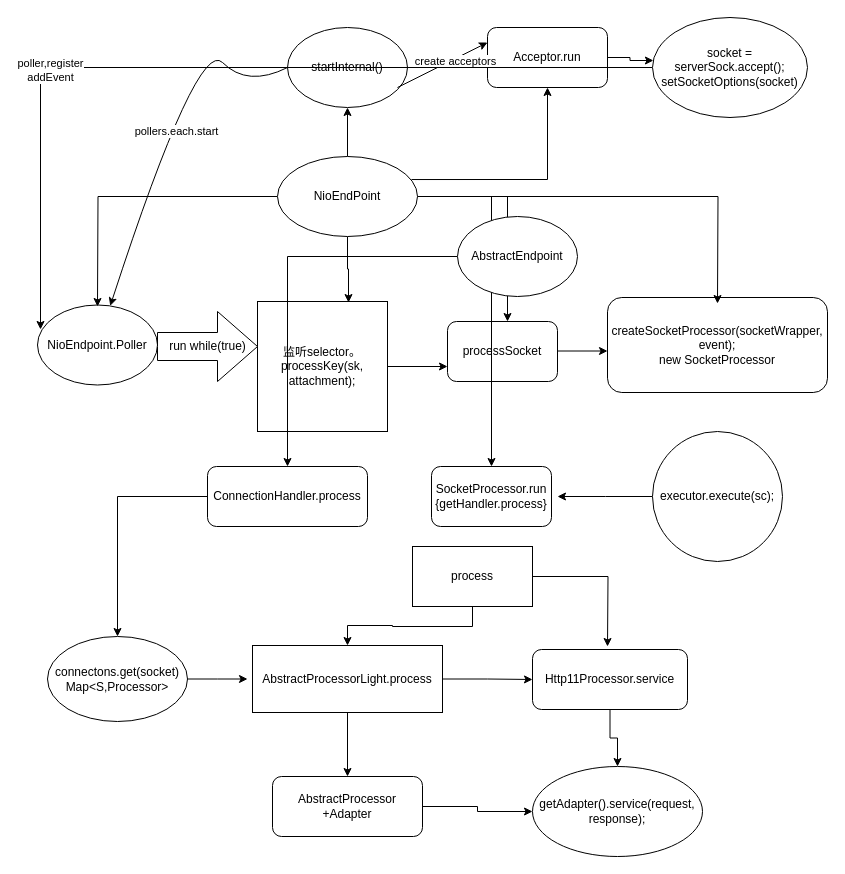
Earlier version of the draw.io diagram Untitled Diagram.drawio (xiaojianlee/document). Source tidied: cells renumbered, new cells numbered last; positions are measured from the earlier drawing's top-left corner, leaving out a move shared by most shapes. Both pictures are drawn from the tidied source at 100%, with x=0, y=0 at pixel (37, 17).
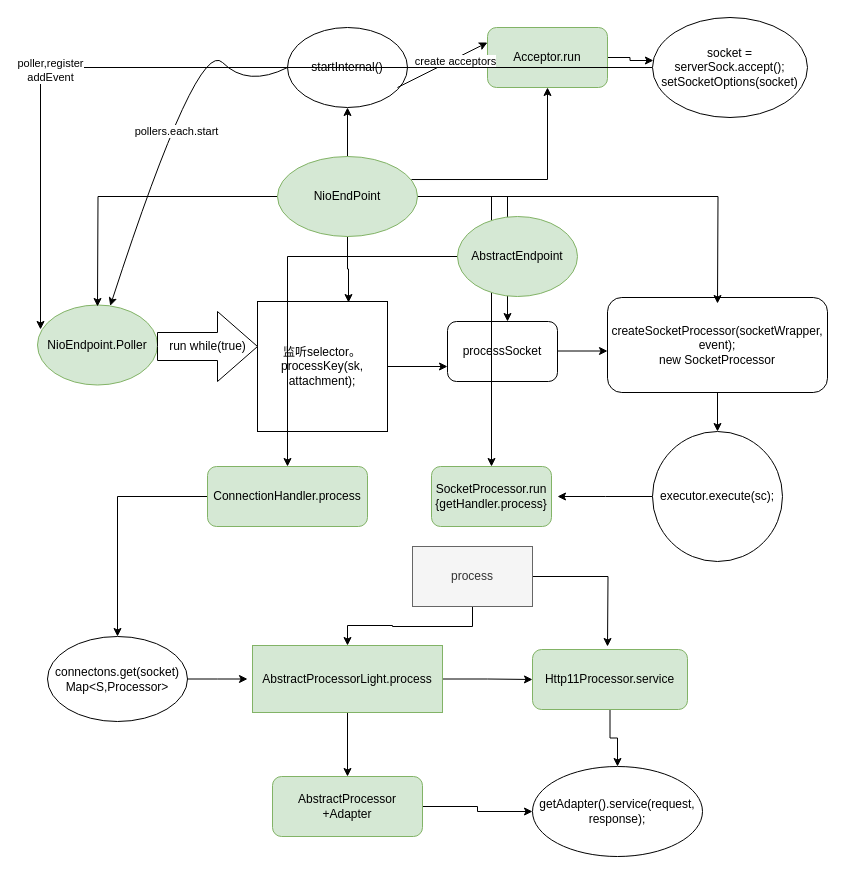
The same page after the edit.

The change refers to these unchanged cells:
```xml
<mxCell id="8" value="createSocketProcessor(socketWrapper, event);&lt;br&gt;new SocketProcessor" style="rounded=1;whiteSpace=wrap;html=1;fontFamily=Helvetica;" parent="1" vertex="1">
  <mxGeometry x="570" y="280" width="220" height="95" as="geometry" />
</mxCell>
<mxCell id="21" value="executor.execute(sc);" style="ellipse;whiteSpace=wrap;html=1;fontFamily=Helvetica;" parent="1" vertex="1">
  <mxGeometry x="615" y="414" width="130" height="130" as="geometry" />
</mxCell>
```

Diff of the diagram source:
```diff
@@
-    <mxCell id="2" value="NioEndpoint.Poller" style="ellipse;whiteSpace=wrap;html=1;" parent="1" vertex="1">
+    <mxCell id="2" value="NioEndpoint.Poller" style="ellipse;whiteSpace=wrap;html=1;fillColor=#d5e8d4;strokeColor=#82b366;" parent="1" vertex="1">
       <mxGeometry y="287.5" width="120" height="80" as="geometry" />
     </mxCell>
@@
+    <mxCell id="47" style="edgeStyle=orthogonalEdgeStyle;rounded=0;jettySize=auto;html=1;fontFamily=Helvetica;" parent="1" edge="1" source="8" target="21">
+      <mxGeometry relative="1" as="geometry" />
+    </mxCell>
@@
-    <mxCell id="15" value="NioEndPoint" style="ellipse;whiteSpace=wrap;html=1;fontFamily=Helvetica;" parent="1" vertex="1">
+    <mxCell id="15" value="NioEndPoint" style="ellipse;whiteSpace=wrap;html=1;fontFamily=Helvetica;fillColor=#d5e8d4;strokeColor=#82b366;" parent="1" vertex="1">
       <mxGeometry x="240" y="139" width="140" height="80" as="geometry" />
     </mxCell>
@@
-    <mxCell id="18" value="AbstractEndpoint" style="ellipse;whiteSpace=wrap;html=1;fontFamily=Helvetica;" parent="1" vertex="1">
+    <mxCell id="18" value="AbstractEndpoint" style="ellipse;whiteSpace=wrap;html=1;fontFamily=Helvetica;fillColor=#d5e8d4;strokeColor=#82b366;" parent="1" vertex="1">
       <mxGeometry x="420" y="199" width="120" height="80" as="geometry" />
     </mxCell>
-    <mxCell id="19" value="SocketProcessor.run&lt;br&gt;{getHandler.process}" style="rounded=1;whiteSpace=wrap;html=1;fontFamily=Helvetica;" parent="1" vertex="1">
+    <mxCell id="19" value="SocketProcessor.run&lt;br&gt;{getHandler.process}" style="rounded=1;whiteSpace=wrap;html=1;fontFamily=Helvetica;fillColor=#d5e8d4;strokeColor=#82b366;" parent="1" vertex="1">
       <mxGeometry x="394" y="449" width="120" height="60" as="geometry" />
     </mxCell>
@@
-    <mxCell id="23" value="ConnectionHandler.process" style="rounded=1;whiteSpace=wrap;html=1;fontFamily=Helvetica;" parent="1" vertex="1">
+    <mxCell id="23" value="ConnectionHandler.process" style="rounded=1;whiteSpace=wrap;html=1;fontFamily=Helvetica;fillColor=#d5e8d4;strokeColor=#82b366;" parent="1" vertex="1">
       <mxGeometry x="170" y="449" width="160" height="60" as="geometry" />
     </mxCell>
@@
-    <mxCell id="28" value="AbstractProcessorLight.process" style="rounded=0;whiteSpace=wrap;html=1;fontFamily=Helvetica;" parent="1" vertex="1">
+    <mxCell id="28" value="AbstractProcessorLight.process" style="rounded=0;whiteSpace=wrap;html=1;fontFamily=Helvetica;fillColor=#d5e8d4;strokeColor=#82b366;" parent="1" vertex="1">
       <mxGeometry x="215" y="628" width="190" height="67" as="geometry" />
     </mxCell>
@@
-    <mxCell id="30" value="Http11Processor.service" style="rounded=1;whiteSpace=wrap;html=1;fontFamily=Helvetica;" parent="1" vertex="1">
+    <mxCell id="30" value="Http11Processor.service" style="rounded=1;whiteSpace=wrap;html=1;fontFamily=Helvetica;fillColor=#d5e8d4;strokeColor=#82b366;" parent="1" vertex="1">
       <mxGeometry x="495" y="632" width="155" height="60" as="geometry" />
     </mxCell>
@@
-    <mxCell id="33" value="process" style="rounded=0;whiteSpace=wrap;html=1;fontFamily=Helvetica;" parent="1" vertex="1">
+    <mxCell id="33" value="process" style="rounded=0;whiteSpace=wrap;html=1;fontFamily=Helvetica;fillColor=#f5f5f5;fontColor=#333333;strokeColor=#666666;" parent="1" vertex="1">
       <mxGeometry x="375" y="529" width="120" height="60" as="geometry" />
     </mxCell>
@@
-    <mxCell id="35" value="AbstractProcessor&lt;br&gt;+Adapter" style="rounded=1;whiteSpace=wrap;html=1;fontFamily=Helvetica;" parent="1" vertex="1">
+    <mxCell id="35" value="AbstractProcessor&lt;br&gt;+Adapter" style="rounded=1;whiteSpace=wrap;html=1;fontFamily=Helvetica;fillColor=#d5e8d4;strokeColor=#82b366;" parent="1" vertex="1">
       <mxGeometry x="235" y="759" width="150" height="60" as="geometry" />
     </mxCell>
@@
-    <mxCell id="41" value="Acceptor.run" style="rounded=1;whiteSpace=wrap;html=1;fontFamily=Helvetica;" parent="1" vertex="1">
+    <mxCell id="41" value="Acceptor.run" style="rounded=1;whiteSpace=wrap;html=1;fontFamily=Helvetica;fillColor=#d5e8d4;strokeColor=#82b366;" parent="1" vertex="1">
       <mxGeometry x="450" y="10" width="120" height="60" as="geometry" />
     </mxCell>
```
